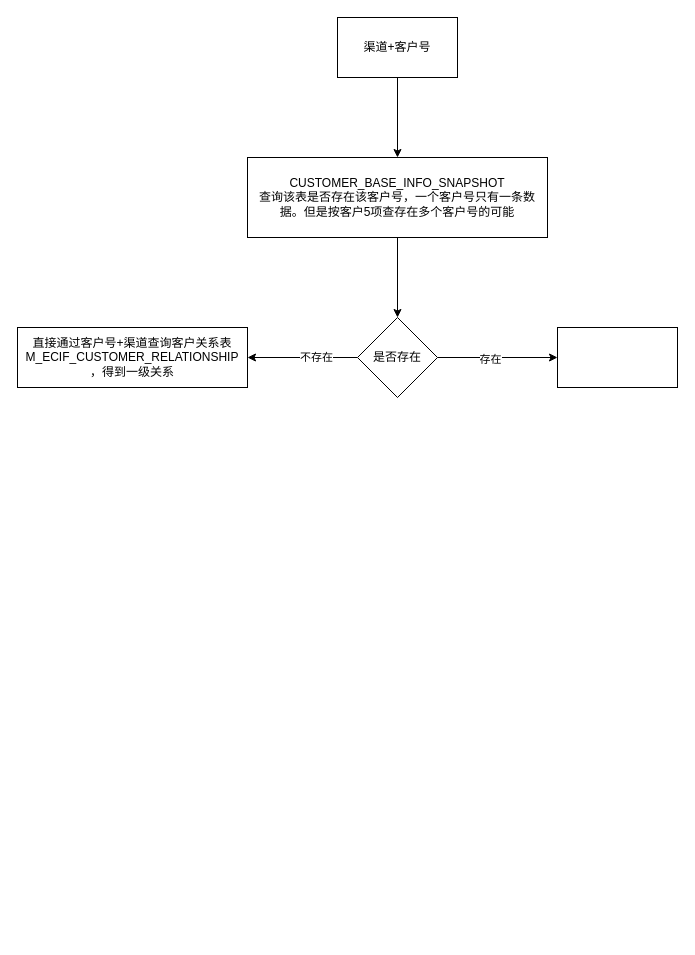
Before: 客户关系查询.drawio in rainerpiao/cloud-computing, a draw.io diagram. Source tidied: cells renumbered, new cells numbered last; positions are measured from the earlier drawing's top-left corner, leaving out a move shared by most shapes. Both pictures are drawn from the tidied source at 100%, with x=0, y=0 at pixel (17, 17).
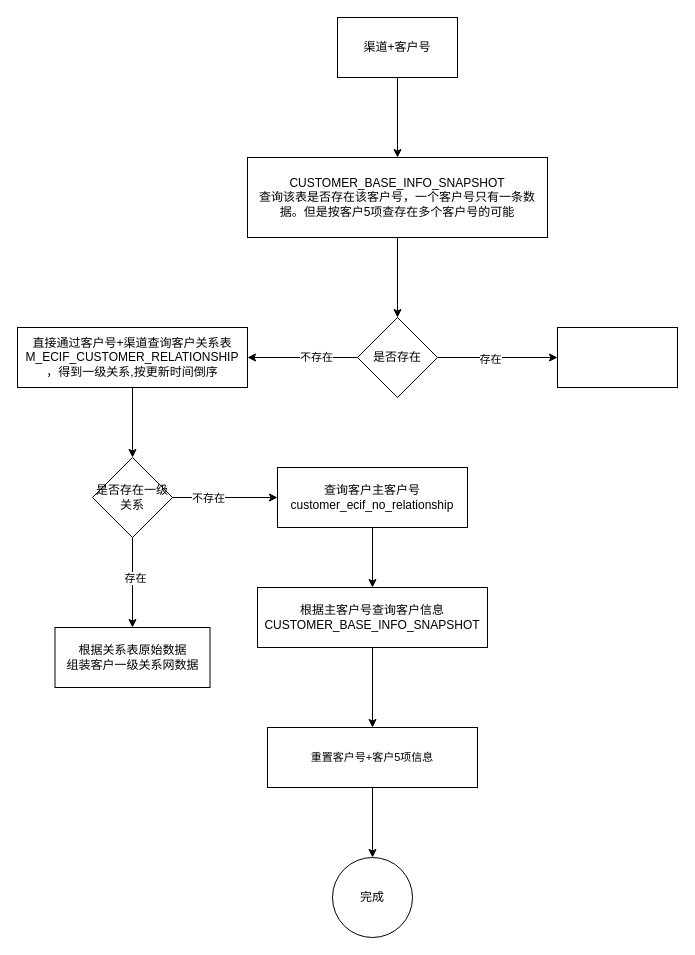
Above is the later version.

Commit message:
更新客户关系查询.drawio

Diff of the diagram source:
```diff
@@
+    <mxCell id="13" style="edgeStyle=orthogonalEdgeStyle;rounded=0;jettySize=auto;html=1;" parent="1" edge="1" source="11" target="18">
+      <mxGeometry relative="1" as="geometry" />
+    </mxCell>
-    <mxCell id="11" value="直接通过客户号+渠道查询客户关系表&lt;div&gt;M_ECIF_CUSTOMER_RELATIONSHIP&lt;br&gt;&lt;div&gt;，得到一级关系&lt;/div&gt;&lt;/div&gt;" style="whiteSpace=wrap;html=1;rounded=0;" parent="1" vertex="1">
+    <mxCell id="11" value="直接通过客户号+渠道查询客户关系表&lt;div&gt;M_ECIF_CUSTOMER_RELATIONSHIP&lt;br&gt;&lt;div&gt;，得到一级关系,按更新时间倒序&lt;/div&gt;&lt;/div&gt;" style="whiteSpace=wrap;html=1;rounded=0;" parent="1" vertex="1">
       <mxGeometry y="310" width="230" height="60" as="geometry" />
     </mxCell>
@@
+    <mxCell id="14" style="edgeStyle=orthogonalEdgeStyle;rounded=0;jettySize=auto;html=1;" parent="1" edge="1" source="18" target="20">
+      <mxGeometry relative="1" as="geometry" />
+    </mxCell>
+    <mxCell id="15" value="不存在" style="edgeLabel;html=1;align=center;verticalAlign=middle;" parent="14" vertex="1">
+      <mxGeometry x="-0.33" relative="1" as="geometry" />
+    </mxCell>
+    <mxCell id="16" style="edgeStyle=orthogonalEdgeStyle;rounded=0;jettySize=auto;html=1;" parent="1" edge="1" source="18" target="21">
+      <mxGeometry relative="1" as="geometry" />
+    </mxCell>
+    <mxCell id="17" value="存在" style="edgeLabel;html=1;align=center;verticalAlign=middle;" parent="16" vertex="1">
+      <mxGeometry x="-0.11" y="2" relative="1" as="geometry" />
+    </mxCell>
+    <mxCell id="18" value="是否存在一级关系" style="rhombus;whiteSpace=wrap;html=1;rounded=0;" parent="1" vertex="1">
+      <mxGeometry x="75" y="440" width="80" height="80" as="geometry" />
+    </mxCell>
+    <mxCell id="19" style="edgeStyle=orthogonalEdgeStyle;rounded=0;jettySize=auto;html=1;" parent="1" edge="1" source="20" target="23">
+      <mxGeometry relative="1" as="geometry" />
+    </mxCell>
+    <mxCell id="20" value="查询客户主客户号&lt;div&gt;customer_ecif_no_relationship&lt;br&gt;&lt;/div&gt;" style="whiteSpace=wrap;html=1;rounded=0;" parent="1" vertex="1">
+      <mxGeometry x="260" y="450" width="190" height="60" as="geometry" />
+    </mxCell>
+    <mxCell id="21" value="根据关系表原始数据&lt;div&gt;组装客户一级关系网数据&lt;/div&gt;" style="whiteSpace=wrap;html=1;rounded=0;" parent="1" vertex="1">
+      <mxGeometry x="37.5" y="610" width="155" height="60" as="geometry" />
+    </mxCell>
+    <mxCell id="22" style="edgeStyle=orthogonalEdgeStyle;rounded=0;jettySize=auto;html=1;" parent="1" edge="1" source="23" target="25">
+      <mxGeometry relative="1" as="geometry" />
+    </mxCell>
+    <mxCell id="23" value="根据主客户号查询客户信息&lt;div&gt;CUSTOMER_BASE_INFO_SNAPSHOT&lt;br&gt;&lt;/div&gt;" style="whiteSpace=wrap;html=1;rounded=0;" parent="1" vertex="1">
+      <mxGeometry x="240" y="570" width="230" height="60" as="geometry" />
+    </mxCell>
+    <mxCell id="24" style="edgeStyle=orthogonalEdgeStyle;rounded=0;jettySize=auto;html=1;" parent="1" edge="1" source="25" target="26">
+      <mxGeometry relative="1" as="geometry" />
+    </mxCell>
+    <mxCell id="25" value="&lt;span style=&quot;font-size: 11px; text-wrap: nowrap; background-color: rgb(255, 255, 255);&quot;&gt;重置客户号+客户5项信息&lt;/span&gt;" style="whiteSpace=wrap;html=1;rounded=0;" parent="1" vertex="1">
+      <mxGeometry x="250" y="710" width="210" height="60" as="geometry" />
+    </mxCell>
+    <mxCell id="26" value="完成" style="ellipse;whiteSpace=wrap;html=1;rounded=0;" parent="1" vertex="1">
+      <mxGeometry x="315" y="840" width="80" height="80" as="geometry" />
+    </mxCell>
```
